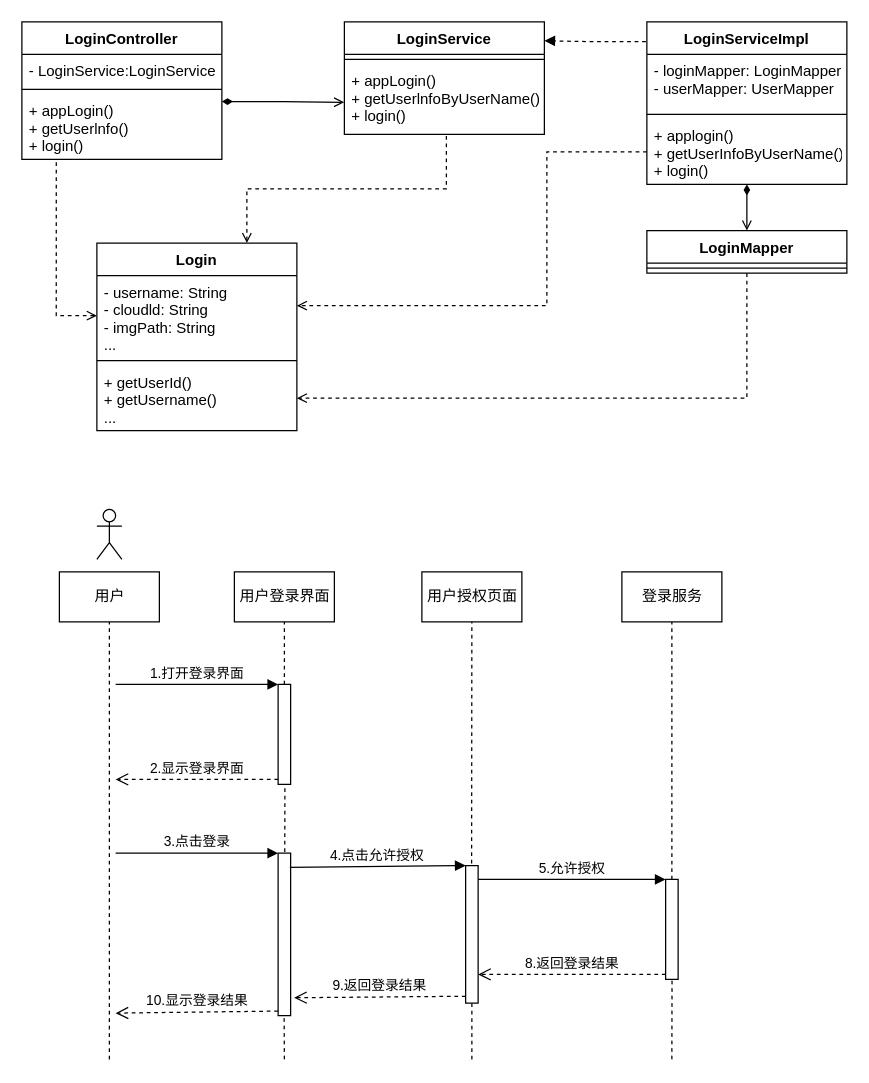
Before: page "Page-24" (19 of 23) of Untitled Diagram.drawio in hongkingking/hkk, a draw.io diagram. Source tidied: cells renumbered, new cells numbered last; positions are measured from the earlier drawing's top-left corner, leaving out a move shared by most shapes. Both pictures are drawn from the tidied source at 125%, with x=0, y=0 at pixel (21, 21).
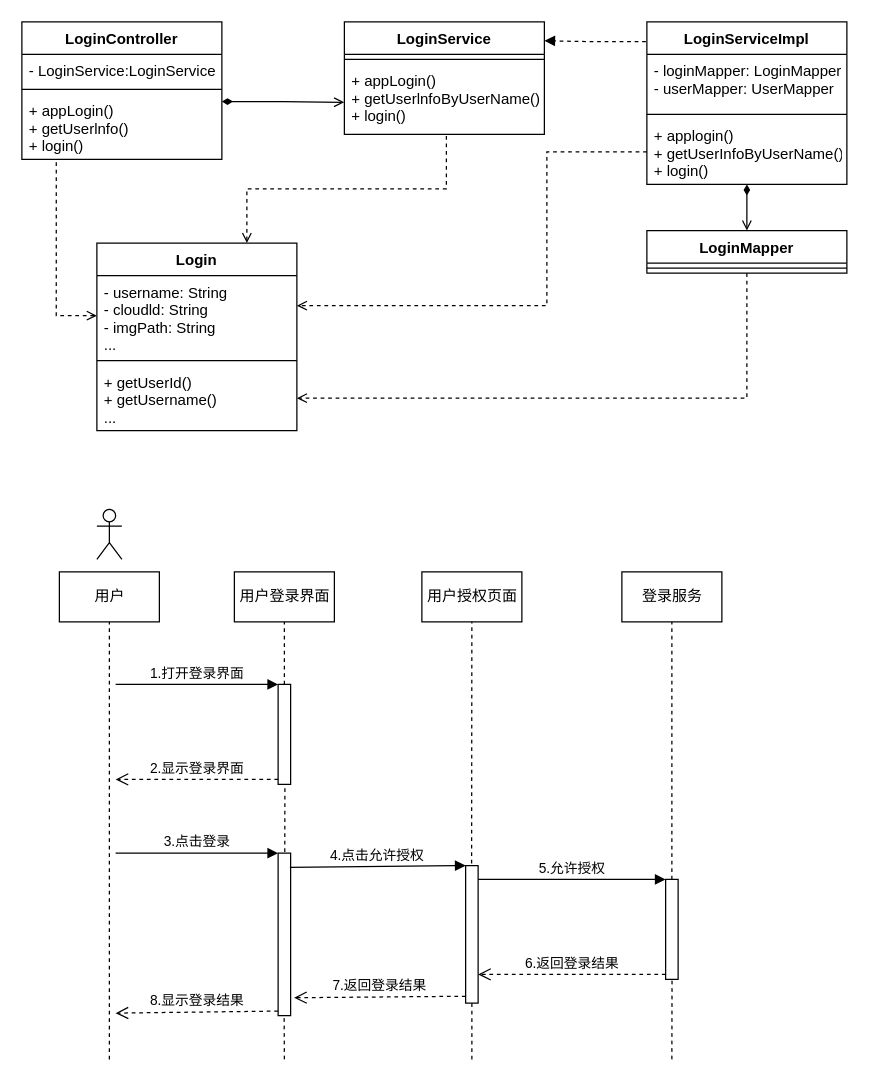
After the change.

The change refers to these unchanged cells:
```xml
<mxCell id="33" style="html=1;points=[];perimeter=orthogonalPerimeter;strokeWidth=1;" parent="1" vertex="1">
  <mxGeometry x="205" y="665" width="10" height="130" as="geometry" />
</mxCell>
<mxCell id="36" style="html=1;points=[];perimeter=orthogonalPerimeter;strokeWidth=1;" parent="1" vertex="1">
  <mxGeometry x="355" y="675" width="10" height="110" as="geometry" />
</mxCell>
<mxCell id="39" style="html=1;points=[];perimeter=orthogonalPerimeter;strokeWidth=1;" parent="1" vertex="1">
  <mxGeometry x="515" y="686" width="10" height="80" as="geometry" />
</mxCell>
```

The edit, as a diff of the source:
```diff
@@
-    <mxCell id="35" value="10.显示登录结果" style="html=1;verticalAlign=bottom;endArrow=open;dashed=1;endSize=8;exitX=-0.013;exitY=0.972;rounded=0;exitDx=0;exitDy=0;exitPerimeter=0;" parent="1" edge="1" source="33">
+    <mxCell id="35" value="8.显示登录结果" style="html=1;verticalAlign=bottom;endArrow=open;dashed=1;endSize=8;exitX=-0.013;exitY=0.972;rounded=0;exitDx=0;exitDy=0;exitPerimeter=0;" parent="1" edge="1" source="33">
       <mxGeometry relative="1" as="geometry">
         <mxPoint x="75" y="793" as="targetPoint" />
       </mxGeometry>
     </mxCell>
@@
-    <mxCell id="38" value="9.返回登录结果" style="html=1;verticalAlign=bottom;endArrow=open;dashed=1;endSize=8;exitX=0;exitY=0.95;rounded=0;entryX=1.28;entryY=0.89;entryDx=0;entryDy=0;entryPerimeter=0;" parent="1" edge="1" source="36" target="33">
+    <mxCell id="38" value="7.返回登录结果" style="html=1;verticalAlign=bottom;endArrow=open;dashed=1;endSize=8;exitX=0;exitY=0.95;rounded=0;entryX=1.28;entryY=0.89;entryDx=0;entryDy=0;entryPerimeter=0;" parent="1" edge="1" source="36" target="33">
       <mxGeometry relative="1" as="geometry" />
     </mxCell>
@@
-    <mxCell id="41" value="8.返回登录结果" style="html=1;verticalAlign=bottom;endArrow=open;dashed=1;endSize=8;exitX=0;exitY=0.95;rounded=0;" parent="1" edge="1" source="39">
+    <mxCell id="41" value="6.返回登录结果" style="html=1;verticalAlign=bottom;endArrow=open;dashed=1;endSize=8;exitX=0;exitY=0.95;rounded=0;" parent="1" edge="1" source="39">
       <mxGeometry relative="1" as="geometry">
         <mxPoint x="365" y="762" as="targetPoint" />
       </mxGeometry>
     </mxCell>
```
